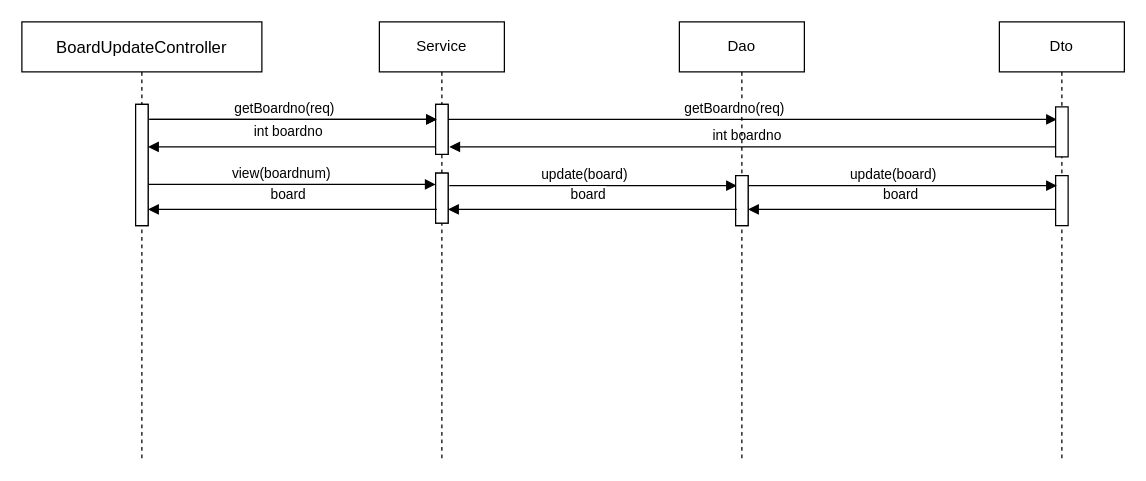
Earlier version of the draw.io diagram document/BoardUpdateController.drawio (iamheonil/KHSemiProject). Source tidied: cells renumbered, new cells numbered last; positions are measured from the earlier drawing's top-left corner, leaving out a move shared by most shapes. Both pictures are drawn from the tidied source at 125%, with x=0, y=0 at pixel (21, 21).
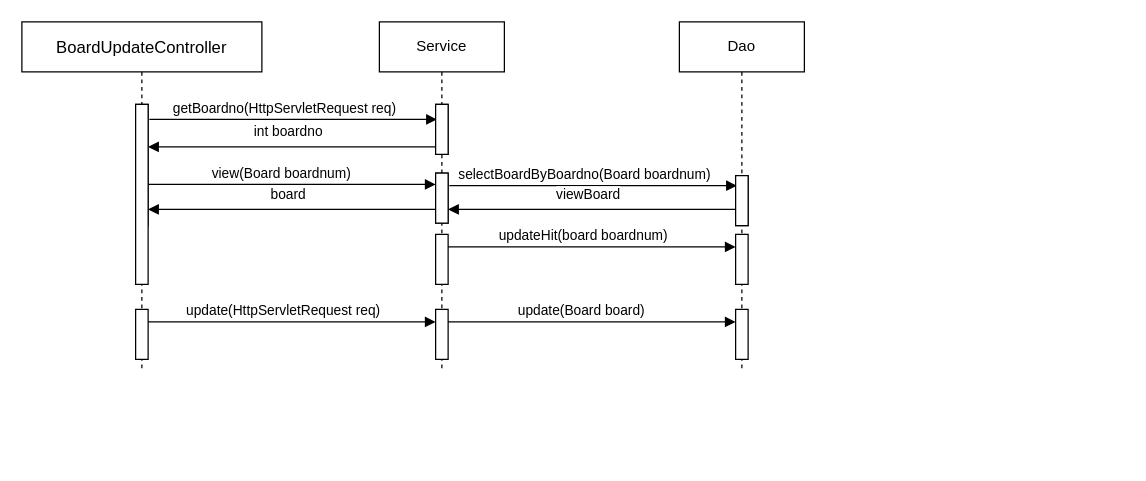
The same diagram, later.

Unchanged cells that the change refers to:
```xml
<mxCell id="14" style="html=1;points=[];perimeter=orthogonalPerimeter;" parent="13" vertex="1">
  <mxGeometry x="45" y="66" width="10" height="40" as="geometry" />
</mxCell>
<mxCell id="24" style="html=1;points=[];perimeter=orthogonalPerimeter;" parent="1" vertex="1">
  <mxGeometry x="571" y="123" width="10" height="40" as="geometry" />
</mxCell>
```

Change to the diagram source:
```diff
@@
-    <mxCell id="2" value="board" style="html=1;verticalAlign=bottom;endArrow=block;" parent="1" edge="1" source="17">
-      <mxGeometry x="0.03" y="-3" relative="1" as="geometry">
-        <mxPoint x="581" y="150" as="targetPoint" />
-      </mxGeometry>
-    </mxCell>
-    <mxCell id="3" value="int boardno" style="html=1;verticalAlign=bottom;endArrow=block;" parent="1" edge="1" source="17">
-      <mxGeometry x="0.03" relative="1" as="geometry">
-        <mxPoint x="342" y="100" as="targetPoint" />
-      </mxGeometry>
-    </mxCell>
@@
-    <mxCell id="7" value="getBoardno(req)" style="html=1;verticalAlign=bottom;endArrow=block;" parent="1" edge="1">
+    <mxCell id="7" value="getBoardno(HttpServletRequest req)" style="html=1;verticalAlign=bottom;endArrow=block;" parent="1" edge="1">
       <mxGeometry x="-0.06" relative="1" as="geometry">
         <mxPoint x="102" y="78" as="sourcePoint" />
         <mxPoint x="332" y="78" as="targetPoint" />
       </mxGeometry>
     </mxCell>
@@
-    <mxCell id="9" value="update(board)" style="html=1;verticalAlign=bottom;endArrow=block;" parent="1" edge="1">
+    <mxCell id="9" value="selectBoardByBoardno(Board boardnum)" style="html=1;verticalAlign=bottom;endArrow=block;" parent="1" edge="1">
       <mxGeometry x="-0.06" relative="1" as="geometry">
         <mxPoint x="342" y="131" as="sourcePoint" />
         <mxPoint x="572" y="131" as="targetPoint" />
       </mxGeometry>
     </mxCell>
-    <mxCell id="10" value="view(boardnum)&amp;nbsp;" style="html=1;verticalAlign=bottom;endArrow=block;" parent="1" edge="1">
+    <mxCell id="10" value="view(Board boardnum)&amp;nbsp;" style="html=1;verticalAlign=bottom;endArrow=block;" parent="1" edge="1">
       <mxGeometry x="-0.06" relative="1" as="geometry">
         <mxPoint x="101" y="130" as="sourcePoint" />
         <mxPoint x="331" y="130" as="targetPoint" />
       </mxGeometry>
     </mxCell>
@@
     <mxCell id="12" value="&lt;span style=&quot;font-size: 10pt ; font-family: &amp;#34;arial&amp;#34;&quot;&gt;BoardUpdateController&lt;/span&gt;" style="shape=umlLifeline;perimeter=lifelinePerimeter;whiteSpace=wrap;html=1;" parent="1" vertex="1">
-      <mxGeometry width="192" height="350" as="geometry" />
+      <mxGeometry width="192" height="280" as="geometry" />
     </mxCell>
+    <mxCell id="27" style="html=1;perimeter=orthogonalPerimeter;" parent="12" vertex="1">
+      <mxGeometry x="91" y="230" width="10" height="40" as="geometry" />
+    </mxCell>
     <mxCell id="13" value="Service" style="shape=umlLifeline;perimeter=lifelinePerimeter;whiteSpace=wrap;html=1;" parent="1" vertex="1">
-      <mxGeometry x="286" width="100" height="350" as="geometry" />
+      <mxGeometry x="286" width="100" height="280" as="geometry" />
     </mxCell>
@@
+    <mxCell id="28" style="html=1;perimeter=orthogonalPerimeter;" parent="13" vertex="1">
+      <mxGeometry x="45" y="230" width="10" height="40" as="geometry" />
+    </mxCell>
+    <mxCell id="29" style="html=1;perimeter=orthogonalPerimeter;" parent="13" vertex="1">
+      <mxGeometry x="45" y="170" width="10" height="40" as="geometry" />
+    </mxCell>
     <mxCell id="16" value="Dao" style="shape=umlLifeline;perimeter=lifelinePerimeter;whiteSpace=wrap;html=1;" parent="1" vertex="1">
-      <mxGeometry x="526" width="100" height="350" as="geometry" />
+      <mxGeometry x="526" width="100" height="280" as="geometry" />
     </mxCell>
-    <mxCell id="17" value="Dto" style="shape=umlLifeline;perimeter=lifelinePerimeter;whiteSpace=wrap;html=1;outlineConnect=0;" parent="1" vertex="1">
-      <mxGeometry x="782" width="100" height="350" as="geometry" />
-    </mxCell>
-    <mxCell id="18" value="getBoardno(req)" style="html=1;verticalAlign=bottom;endArrow=block;" parent="17" edge="1" source="14">
-      <mxGeometry x="-0.06" relative="1" as="geometry">
-        <mxPoint x="46" y="78" as="targetPoint" />
-      </mxGeometry>
-    </mxCell>
-    <mxCell id="19" style="html=1;perimeter=orthogonalPerimeter;" parent="17" vertex="1">
-      <mxGeometry x="45" y="123" width="10" height="40" as="geometry" />
-    </mxCell>
-    <mxCell id="20" value="update(board)" style="html=1;verticalAlign=bottom;endArrow=block;" parent="17" edge="1" source="24">
-      <mxGeometry x="-0.06" relative="1" as="geometry">
-        <mxPoint x="46" y="131" as="targetPoint" />
-      </mxGeometry>
-    </mxCell>
-    <mxCell id="21" style="html=1;perimeter=orthogonalPerimeter;" parent="17" vertex="1">
-      <mxGeometry x="45" y="68" width="10" height="40" as="geometry" />
-    </mxCell>
+    <mxCell id="30" style="html=1;perimeter=orthogonalPerimeter;" parent="16" vertex="1">
+      <mxGeometry x="45" y="230" width="10" height="40" as="geometry" />
+    </mxCell>
+    <mxCell id="31" style="html=1;perimeter=orthogonalPerimeter;" parent="16" vertex="1">
+      <mxGeometry x="45" y="170" width="10" height="40" as="geometry" />
+    </mxCell>
     <mxCell id="22" style="html=1;perimeter=orthogonalPerimeter;" parent="1" vertex="1">
-      <mxGeometry x="91" y="66" width="10" height="97" as="geometry" />
+      <mxGeometry x="91" y="66" width="10" height="144" as="geometry" />
     </mxCell>
-    <mxCell id="23" style="html=1;verticalAlign=bottom;endArrow=block;" parent="1" edge="1">
-      <mxGeometry x="-0.06" relative="1" as="geometry">
-        <mxPoint x="102" y="78" as="sourcePoint" />
-        <mxPoint x="332" y="78" as="targetPoint" />
-      </mxGeometry>
-    </mxCell>
@@
-    <mxCell id="25" value="board" style="html=1;verticalAlign=bottom;endArrow=block;" parent="1" edge="1">
-      <mxGeometry x="0.03" y="-3" relative="1" as="geometry">
-        <mxPoint x="572" y="150" as="sourcePoint" />
-        <mxPoint x="341" y="150" as="targetPoint" />
-      </mxGeometry>
-    </mxCell>
-    <mxCell id="26" value="board" style="html=1;verticalAlign=bottom;endArrow=block;" parent="1" edge="1">
-      <mxGeometry x="0.03" y="-3" relative="1" as="geometry">
-        <mxPoint x="332" y="150" as="sourcePoint" />
-        <mxPoint x="101" y="150" as="targetPoint" />
-      </mxGeometry>
-    </mxCell>
+    <mxCell id="32" value="viewBoard" style="html=1;verticalAlign=bottom;endArrow=block;" parent="1" edge="1">
+      <mxGeometry x="0.03" y="-3" relative="1" as="geometry">
+        <mxPoint x="571" y="150" as="sourcePoint" />
+        <mxPoint x="341" y="150" as="targetPoint" />
+      </mxGeometry>
+    </mxCell>
+    <mxCell id="33" value="board" style="html=1;verticalAlign=bottom;endArrow=block;" parent="1" edge="1">
+      <mxGeometry x="0.03" y="-3" relative="1" as="geometry">
+        <mxPoint x="331" y="150" as="sourcePoint" />
+        <mxPoint x="101" y="150" as="targetPoint" />
+      </mxGeometry>
+    </mxCell>
+    <mxCell id="34" value="update(HttpServletRequest req)" style="html=1;verticalAlign=bottom;endArrow=block;" parent="1" edge="1">
+      <mxGeometry x="-0.06" relative="1" as="geometry">
+        <mxPoint x="101" y="240" as="sourcePoint" />
+        <mxPoint x="331" y="240" as="targetPoint" />
+      </mxGeometry>
+    </mxCell>
+    <mxCell id="35" value="update(Board board)&amp;nbsp;" style="html=1;verticalAlign=bottom;endArrow=block;" parent="1" edge="1">
+      <mxGeometry x="-0.06" relative="1" as="geometry">
+        <mxPoint x="341" y="240" as="sourcePoint" />
+        <mxPoint x="571" y="240" as="targetPoint" />
+      </mxGeometry>
+    </mxCell>
+    <mxCell id="36" value="updateHit(board boardnum)" style="html=1;verticalAlign=bottom;endArrow=block;" parent="1" edge="1">
+      <mxGeometry x="-0.06" relative="1" as="geometry">
+        <mxPoint x="341" y="180" as="sourcePoint" />
+        <mxPoint x="571" y="180" as="targetPoint" />
+      </mxGeometry>
+    </mxCell>
```
